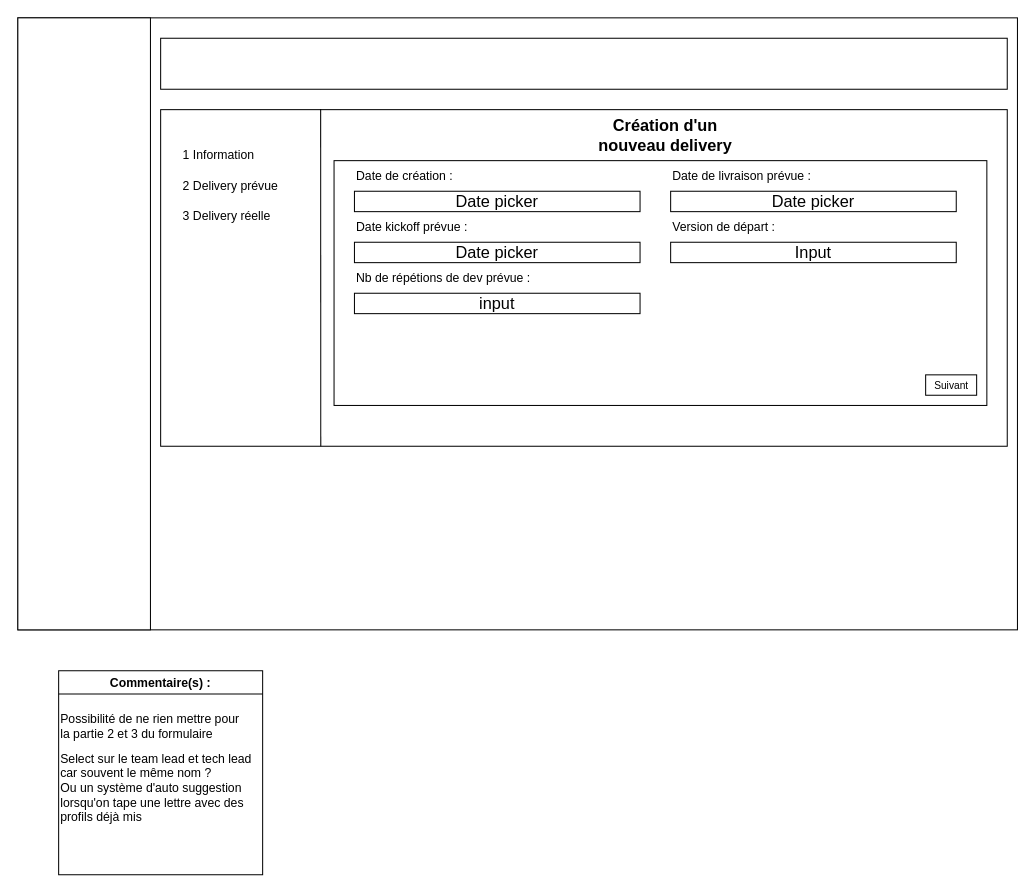
Xurama/Test keeps this draw.io diagram as page "Ajout delivery form page 2" (4 of 7) of Untitled Diagram.drawio. Above is the earlier version. Source tidied: cells renumbered, new cells numbered last; positions are measured from the earlier drawing's top-left corner, leaving out a move shared by most shapes. Both pictures are drawn from the tidied source at 102%, with x=0, y=0 at pixel (17, 17).
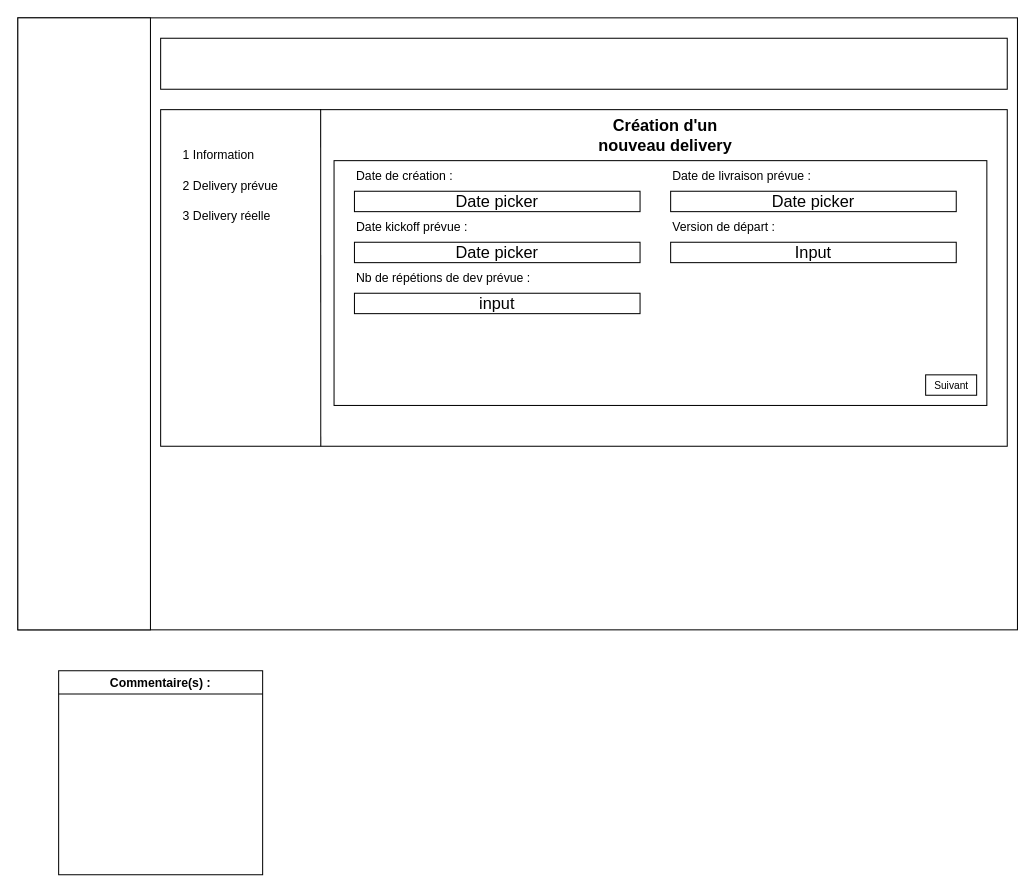
The same diagram, later.

Unchanged cells that the change refers to:
```xml
<mxCell id="20" value="Commentaire(s) :" style="swimlane;fontSize=12;" parent="1" vertex="1">
  <mxGeometry x="40" y="640" width="200" height="200" as="geometry" />
</mxCell>
```

The edit, as a diff of the source:
```diff
@@
-    <mxCell id="21" value="Possibilité de ne rien mettre pour&lt;br&gt;la partie 2 et 3 du formulaire" style="text;html=1;align=left;verticalAlign=middle;strokeColor=none;fillColor=none;fontSize=12;" parent="20" vertex="1">
-      <mxGeometry y="40" width="190" height="30" as="geometry" />
-    </mxCell>
-    <mxCell id="22" value="Select sur le team lead et tech lead car souvent le même nom ?&amp;nbsp;&lt;br&gt;Ou un système d'auto suggestion lorsqu'on tape une lettre avec des profils déjà mis" style="text;html=1;strokeColor=none;fillColor=none;align=left;verticalAlign=middle;whiteSpace=wrap;rounded=0;fontSize=12;" parent="20" vertex="1">
-      <mxGeometry y="100" width="200" height="30" as="geometry" />
-    </mxCell>
```
